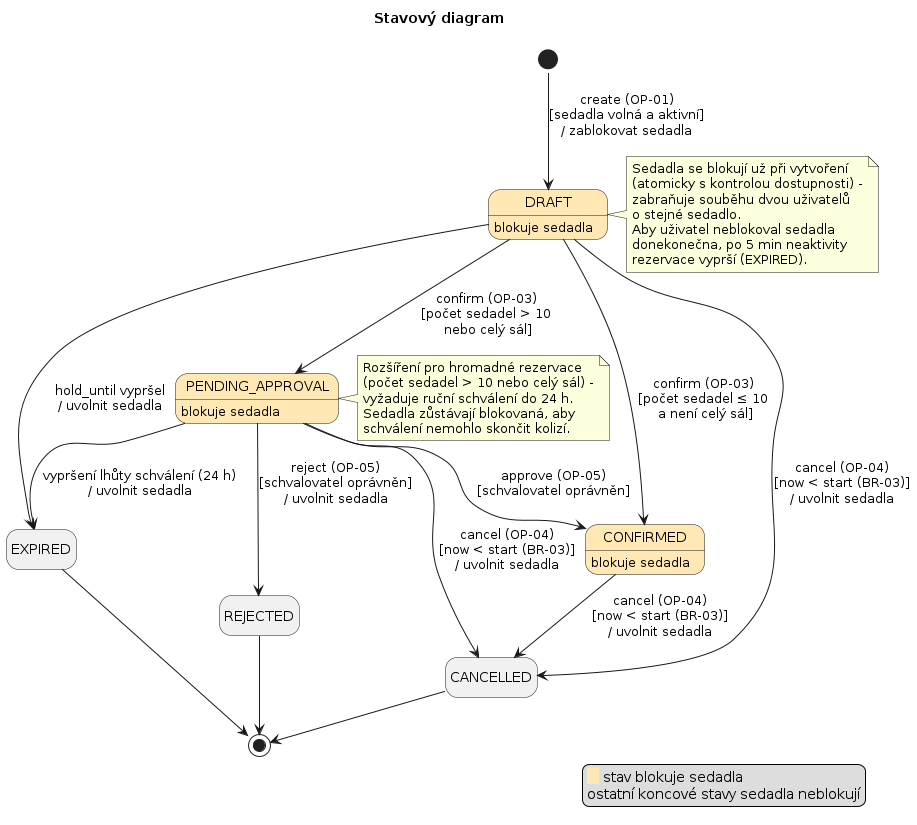
This is docs/c02-diagrams/state.png from jn-flk/SWI, a PlantUML export, as it was before one commit.
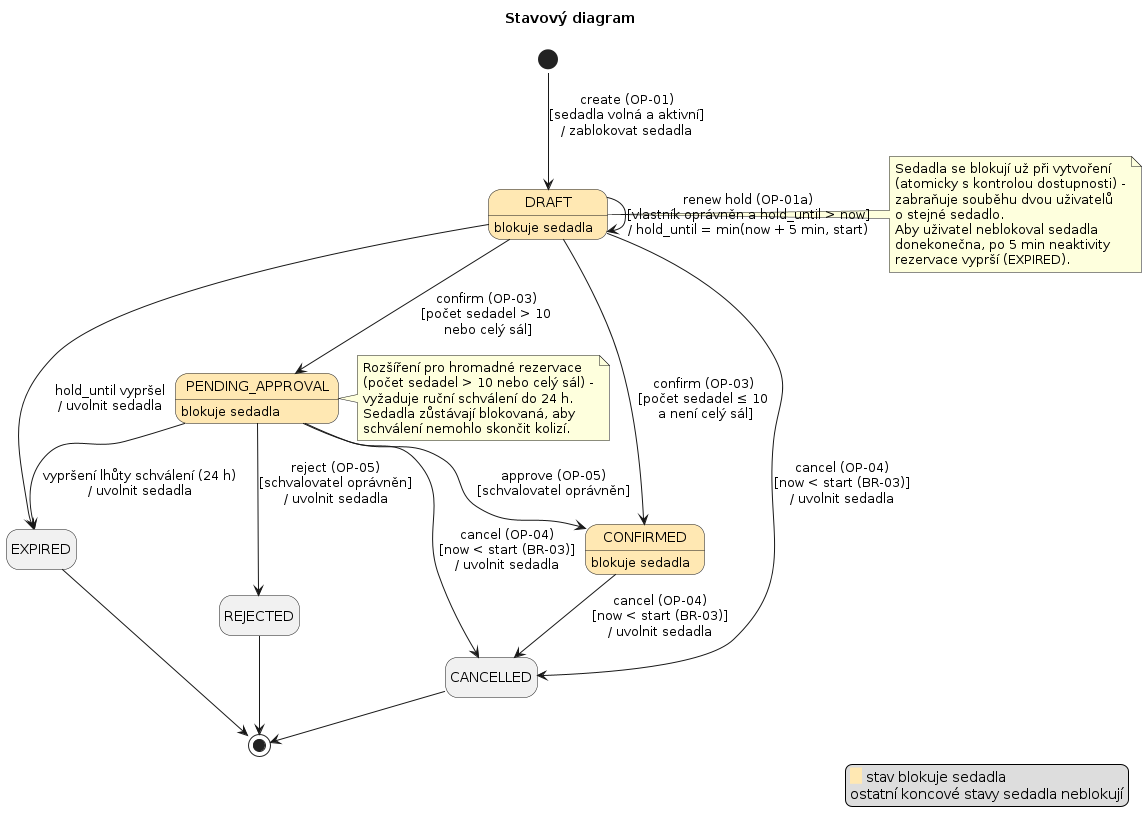
Above is the later version.

Diff of the diagram source:
```diff
@@ -14,6 +14,7 @@
 
 DRAFT --> CONFIRMED : confirm (OP-03)\n[počet sedadel ≤ 10\n a není celý sál]
 DRAFT --> PENDING_APPROVAL : confirm (OP-03)\n[počet sedadel > 10\n nebo celý sál]
+DRAFT --> DRAFT : renew hold (OP-01a)\n[vlastník oprávněn a hold_until > now]\n/ hold_until = min(now + 5 min, start)
 DRAFT --> CANCELLED : cancel (OP-04)\n[now < start (BR-03)]\n/ uvolnit sedadla
 DRAFT --> EXPIRED : hold_until vypršel\n/ uvolnit sedadla
 
```
